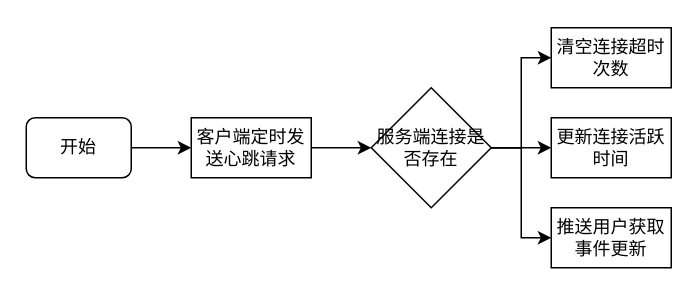
Earlier version of the draw.io diagram 心跳机制.drawio (LittleCoolguy/drawPicture). Source tidied: cells renumbered, new cells numbered last; positions are measured from the earlier drawing's top-left corner, leaving out a move shared by most shapes. Both pictures are drawn from the tidied source at 150%, with x=0, y=0 at pixel (26, 27).
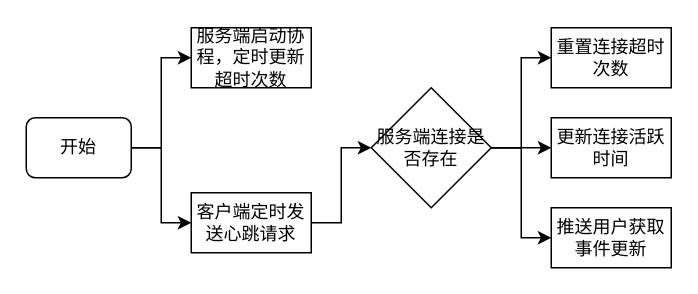
Above is the later version.

Commit message (it also covers changes not shown here):
更新心跳机制.drawio

Change to the diagram source:
```diff
@@
 <mxGraphModel>
   <root>
     <mxCell id="0" />
     <mxCell id="1" parent="0" />
     <mxCell id="2" style="edgeStyle=orthogonalEdgeStyle;rounded=0;jettySize=auto;html=1;entryX=0.5;entryY=1;entryDx=0;entryDy=0;" parent="1" edge="1" source="3" target="5">
       <mxGeometry relative="1" as="geometry" />
     </mxCell>
+    <mxCell id="13" style="edgeStyle=orthogonalEdgeStyle;rounded=0;jettySize=auto;html=1;entryX=0.5;entryY=1;entryDx=0;entryDy=0;" parent="1" edge="1" source="3" target="14">
+      <mxGeometry relative="1" as="geometry" />
+    </mxCell>
     <mxCell id="3" value="开始" style="rounded=1;whiteSpace=wrap;html=1;" parent="1" vertex="1">
       <mxGeometry y="60" width="70" height="40" as="geometry" />
     </mxCell>
     <mxCell id="4" style="edgeStyle=orthogonalEdgeStyle;rounded=0;jettySize=auto;html=1;entryX=0;entryY=0.5;entryDx=0;entryDy=0;" parent="1" edge="1" source="5" target="9">
       <mxGeometry relative="1" as="geometry" />
     </mxCell>
     <mxCell id="5" value="客户端定时发送心跳请求" style="rounded=0;whiteSpace=wrap;html=1;direction=south;" parent="1" vertex="1">
-      <mxGeometry x="110" y="60" width="80" height="40" as="geometry" />
+      <mxGeometry x="110" y="110" width="80" height="40" as="geometry" />
     </mxCell>
     <mxCell id="6" style="edgeStyle=orthogonalEdgeStyle;rounded=0;jettySize=auto;html=1;entryX=0.5;entryY=1;entryDx=0;entryDy=0;" parent="1" edge="1" source="9" target="10">
       <mxGeometry relative="1" as="geometry" />
     </mxCell>
     <mxCell id="7" style="edgeStyle=orthogonalEdgeStyle;rounded=0;jettySize=auto;html=1;entryX=0.5;entryY=1;entryDx=0;entryDy=0;" parent="1" edge="1" source="9" target="11">
       <mxGeometry relative="1" as="geometry" />
     </mxCell>
     <mxCell id="8" style="edgeStyle=orthogonalEdgeStyle;rounded=0;jettySize=auto;html=1;entryX=0.5;entryY=1;entryDx=0;entryDy=0;" parent="1" edge="1" source="9" target="12">
       <mxGeometry relative="1" as="geometry" />
     </mxCell>
     <mxCell id="9" value="服务端连接是否存在" style="rhombus;whiteSpace=wrap;html=1;" parent="1" vertex="1">
       <mxGeometry x="230" y="40" width="80" height="80" as="geometry" />
     </mxCell>
-    <mxCell id="10" value="清空连接超时次数" style="rounded=0;whiteSpace=wrap;html=1;direction=south;" parent="1" vertex="1">
+    <mxCell id="10" value="重置连接超时次数" style="rounded=0;whiteSpace=wrap;html=1;direction=south;" parent="1" vertex="1">
       <mxGeometry x="350" width="80" height="40" as="geometry" />
     </mxCell>
     <mxCell id="11" value="更新连接活跃时间" style="rounded=0;whiteSpace=wrap;html=1;direction=south;" parent="1" vertex="1">
       <mxGeometry x="350" y="60" width="80" height="40" as="geometry" />
     </mxCell>
     <mxCell id="12" value="推送用户获取事件更新" style="rounded=0;whiteSpace=wrap;html=1;direction=south;" parent="1" vertex="1">
       <mxGeometry x="350" y="120" width="80" height="40" as="geometry" />
     </mxCell>
+    <mxCell id="14" value="服务端启动协程，定时更新超时次数" style="rounded=0;whiteSpace=wrap;html=1;direction=south;" parent="1" vertex="1">
+      <mxGeometry x="110" width="80" height="40" as="geometry" />
+    </mxCell>
   </root>
 </mxGraphModel>
```
